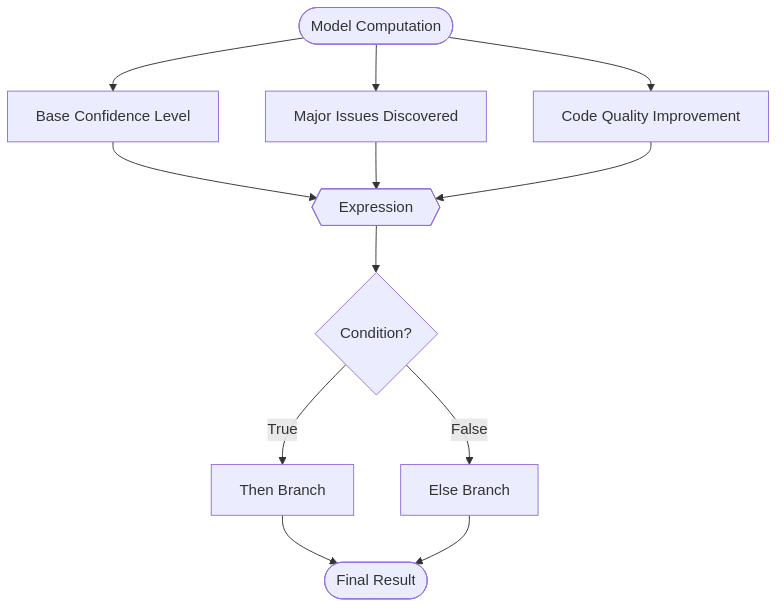
Replicant-Partners/fermi keeps this Mermaid diagram as results/prototype/charts/flowchart.png. Above is the earlier version. Its source is kept beside it as results/prototype/charts/flowchart.mmd. The source it was exported from:
```mermaid
%%{
  init: {
    'theme': 'base',
    'themeVariables': {
      'primaryColor': '#5CCFE6',
      'primaryTextColor': '#CBCCC6',
      'primaryBorderColor': '#5C6773',
      'lineColor': '#FFCC66',
      'secondaryColor': '#BAE67E',
      'tertiaryColor': '#FFAE57',
      'background': '#1F2430',
      'mainBkg': '#1F2430',
      'secondBkg': '#1F2430',
      'tertiaryBkg': '#1F2430',
      'textColor': '#CBCCC6',
      'border1': '#5C6773',
      'border2': '#5C6773',
      'arrowheadColor': '#FFCC66',
      'fontFamily': 'ui-monospace, "Cascadia Code", "Source Code Pro", Menlo, Consolas, "DejaVu Sans Mono", monospace',
      'fontSize': '14px'
    }
  }
}%%flowchart TD
    Start([Model Computation])
    D0["Base Confidence Level"]
    Start --> D0
    D1["Major Issues Discovered"]
    Start --> D1
    D2["Code Quality Improvement"]
    Start --> D2
    Expr{{Expression}}
    D0 --> Expr
    D1 --> Expr
    D2 --> Expr
    Cond{Condition?}
    Expr --> Cond
    Cond -->|True| Then[Then Branch]
    Cond -->|False| Else[Else Branch]
    Then --> Result
    Else --> Result
    Result([Final Result])
```
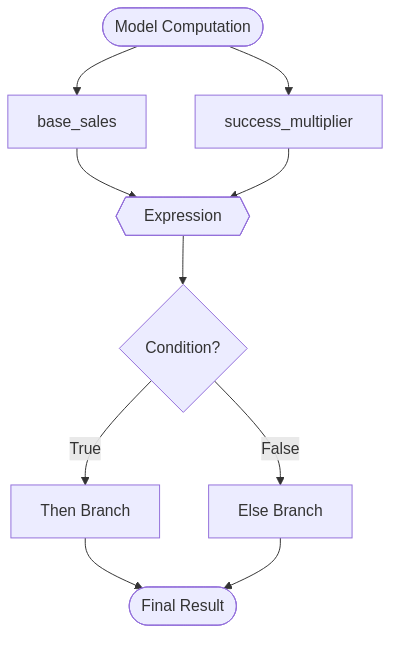
After the commit.

The edit, as a diff of the source:
```diff
@@ -22,16 +22,13 @@
   }
 }%%flowchart TD
     Start([Model Computation])
-    D0["Base Confidence Level"]
+    D0["base_sales"]
     Start --> D0
-    D1["Major Issues Discovered"]
+    D1["success_multiplier"]
     Start --> D1
-    D2["Code Quality Improvement"]
-    Start --> D2
     Expr{{Expression}}
     D0 --> Expr
     D1 --> Expr
-    D2 --> Expr
     Cond{Condition?}
     Expr --> Cond
     Cond -->|True| Then[Then Branch]
```
